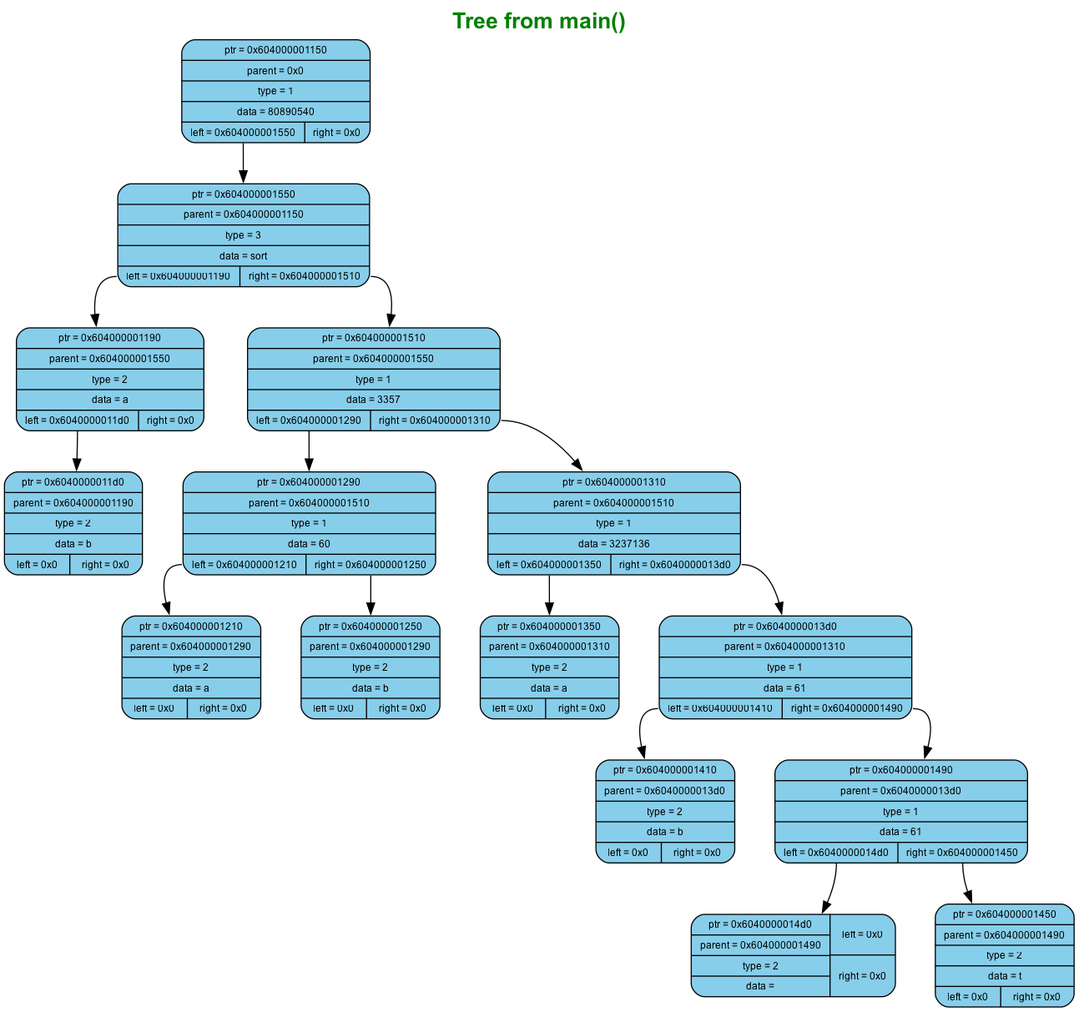
The Graphviz diagram reports/trees/tree0/tree.dot.png in murugov/WolframSigma, before a commit. Its source is kept beside it as reports/trees/tree0/tree.dot. The source it was exported from:
```dot
digraph G {
	label=<<B>Tree from main()</B>>;
	fontcolor="#008000";
	fontname="Arial";
	labelloc="top";
	labeljust="center";
	fontsize=20;
	rankdir=TB;
	center=true;
	nodesep=0.5;
	ranksep=0.5;
	node[fontsize=9, shape=box, width=0.7, height=0.4, style="filled, rounded", fontname="Arial"];

	n0 [shape=record, label="{ptr = 0x604000001150 | parent = 0x0 | type = 1 | data = 80890540 | {<left> left = 0x604000001550 | <right> right = 0x0}}", fillcolor="#87CEEB", color="black"]
	n1 [shape=record, label="{ptr = 0x604000001550 | parent = 0x604000001150 | type = 3 | data = sort | {<left> left = 0x604000001190 | <right> right = 0x604000001510}}", fillcolor="#87CEEB", color="black"]
	n0:left -> n1
	n2 [shape=record, label="{ptr = 0x604000001190 | parent = 0x604000001550 | type = 2 | data = a | {<left> left = 0x6040000011d0 | <right> right = 0x0}}", fillcolor="#87CEEB", color="black"]
	n1:left -> n2
	n3 [shape=record, label="{ptr = 0x604000001510 | parent = 0x604000001550 | type = 1 | data = 3357 | {<left> left = 0x604000001290 | <right> right = 0x604000001310}}", fillcolor="#87CEEB", color="black"]
	n1:right -> n3
	n4 [shape=record, label="{ptr = 0x604000001290 | parent = 0x604000001510 | type = 1 | data = 60 | {<left> left = 0x604000001210 | <right> right = 0x604000001250}}", fillcolor="#87CEEB", color="black"]
	n3:left -> n4
	n5 [shape=record, label="{ptr = 0x604000001310 | parent = 0x604000001510 | type = 1 | data = 3237136 | {<left> left = 0x604000001350 | <right> right = 0x6040000013d0}}", fillcolor="#87CEEB", color="black"]
	n3:right -> n5
	n6 [shape=record, label="{ptr = 0x604000001350 | parent = 0x604000001310 | type = 2 | data = a | {<left> left = 0x0 | <right> right = 0x0}}", fillcolor="#87CEEB", color="black"]
	n5:left -> n6
	n7 [shape=record, label="{ptr = 0x6040000013d0 | parent = 0x604000001310 | type = 1 | data = 61 | {<left> left = 0x604000001410 | <right> right = 0x604000001490}}", fillcolor="#87CEEB", color="black"]
	n5:right -> n7
	n8 [shape=record, label="{ptr = 0x604000001410 | parent = 0x6040000013d0 | type = 2 | data = b | {<left> left = 0x0 | <right> right = 0x0}}", fillcolor="#87CEEB", color="black"]
	n7:left -> n8
	n9 [shape=record, label="{ptr = 0x604000001490 | parent = 0x6040000013d0 | type = 1 | data = 61 | {<left> left = 0x6040000014d0 | <right> right = 0x604000001450}}", fillcolor="#87CEEB", color="black"]
	n7:right -> n9
	n10 [shape=record, label="{ptr = 0x6040000014d0 | parent = 0x604000001490 | type = 2 | data = } | {<left> left = 0x0 | <right> right = 0x0}}", fillcolor="#87CEEB", color="black"]
	n9:left -> n10
	n11 [shape=record, label="{ptr = 0x604000001450 | parent = 0x604000001490 | type = 2 | data = t | {<left> left = 0x0 | <right> right = 0x0}}", fillcolor="#87CEEB", color="black"]
	n9:right -> n11
	n12 [shape=record, label="{ptr = 0x604000001210 | parent = 0x604000001290 | type = 2 | data = a | {<left> left = 0x0 | <right> right = 0x0}}", fillcolor="#87CEEB", color="black"]
	n4:left -> n12
	n13 [shape=record, label="{ptr = 0x604000001250 | parent = 0x604000001290 | type = 2 | data = b | {<left> left = 0x0 | <right> right = 0x0}}", fillcolor="#87CEEB", color="black"]
	n4:right -> n13
	n14 [shape=record, label="{ptr = 0x6040000011d0 | parent = 0x604000001190 | type = 2 | data = b | {<left> left = 0x0 | <right> right = 0x0}}", fillcolor="#87CEEB", color="black"]
	n2:left -> n14
}
```
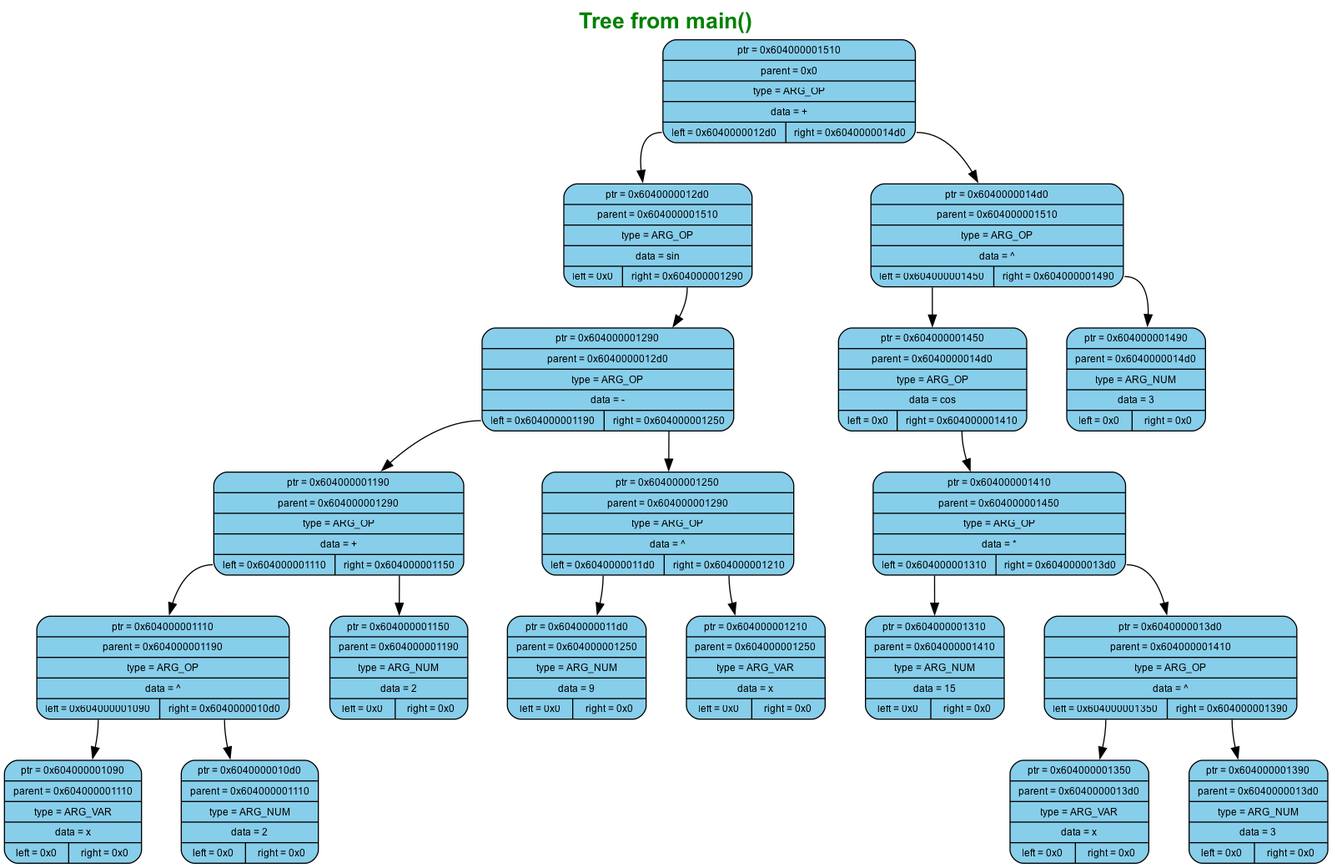
Later version of the same file.

Diff of the diagram source:
```diff
@@ -11,33 +11,41 @@
 	ranksep=0.5;
 	node[fontsize=9, shape=box, width=0.7, height=0.4, style="filled, rounded", fontname="Arial"];
 
-	n0 [shape=record, label="{ptr = 0x604000001150 | parent = 0x0 | type = 1 | data = 80890540 | {<left> left = 0x604000001550 | <right> right = 0x0}}", fillcolor="#87CEEB", color="black"]
-	n1 [shape=record, label="{ptr = 0x604000001550 | parent = 0x604000001150 | type = 3 | data = sort | {<left> left = 0x604000001190 | <right> right = 0x604000001510}}", fillcolor="#87CEEB", color="black"]
+	n0 [shape=record, label="{ptr = 0x604000001510 | parent = 0x0 | type = ARG_OP | data = + | {<left> left = 0x6040000012d0 | <right> right = 0x6040000014d0}}", fillcolor="#87CEEB", color="black"]
+	n1 [shape=record, label="{ptr = 0x6040000012d0 | parent = 0x604000001510 | type = ARG_OP | data = sin | {<left> left = 0x0 | <right> right = 0x604000001290}}", fillcolor="#87CEEB", color="black"]
 	n0:left -> n1
-	n2 [shape=record, label="{ptr = 0x604000001190 | parent = 0x604000001550 | type = 2 | data = a | {<left> left = 0x6040000011d0 | <right> right = 0x0}}", fillcolor="#87CEEB", color="black"]
-	n1:left -> n2
-	n3 [shape=record, label="{ptr = 0x604000001510 | parent = 0x604000001550 | type = 1 | data = 3357 | {<left> left = 0x604000001290 | <right> right = 0x604000001310}}", fillcolor="#87CEEB", color="black"]
-	n1:right -> n3
-	n4 [shape=record, label="{ptr = 0x604000001290 | parent = 0x604000001510 | type = 1 | data = 60 | {<left> left = 0x604000001210 | <right> right = 0x604000001250}}", fillcolor="#87CEEB", color="black"]
-	n3:left -> n4
-	n5 [shape=record, label="{ptr = 0x604000001310 | parent = 0x604000001510 | type = 1 | data = 3237136 | {<left> left = 0x604000001350 | <right> right = 0x6040000013d0}}", fillcolor="#87CEEB", color="black"]
+	n2 [shape=record, label="{ptr = 0x6040000014d0 | parent = 0x604000001510 | type = ARG_OP | data = ^ | {<left> left = 0x604000001450 | <right> right = 0x604000001490}}", fillcolor="#87CEEB", color="black"]
+	n0:right -> n2
+	n3 [shape=record, label="{ptr = 0x604000001450 | parent = 0x6040000014d0 | type = ARG_OP | data = cos | {<left> left = 0x0 | <right> right = 0x604000001410}}", fillcolor="#87CEEB", color="black"]
+	n2:left -> n3
+	n4 [shape=record, label="{ptr = 0x604000001490 | parent = 0x6040000014d0 | type = ARG_NUM | data = 3 | {<left> left = 0x0 | <right> right = 0x0}}", fillcolor="#87CEEB", color="black"]
+	n2:right -> n4
+	n5 [shape=record, label="{ptr = 0x604000001410 | parent = 0x604000001450 | type = ARG_OP | data = * | {<left> left = 0x604000001310 | <right> right = 0x6040000013d0}}", fillcolor="#87CEEB", color="black"]
 	n3:right -> n5
-	n6 [shape=record, label="{ptr = 0x604000001350 | parent = 0x604000001310 | type = 2 | data = a | {<left> left = 0x0 | <right> right = 0x0}}", fillcolor="#87CEEB", color="black"]
+	n6 [shape=record, label="{ptr = 0x604000001310 | parent = 0x604000001410 | type = ARG_NUM | data = 15 | {<left> left = 0x0 | <right> right = 0x0}}", fillcolor="#87CEEB", color="black"]
 	n5:left -> n6
-	n7 [shape=record, label="{ptr = 0x6040000013d0 | parent = 0x604000001310 | type = 1 | data = 61 | {<left> left = 0x604000001410 | <right> right = 0x604000001490}}", fillcolor="#87CEEB", color="black"]
+	n7 [shape=record, label="{ptr = 0x6040000013d0 | parent = 0x604000001410 | type = ARG_OP | data = ^ | {<left> left = 0x604000001350 | <right> right = 0x604000001390}}", fillcolor="#87CEEB", color="black"]
 	n5:right -> n7
-	n8 [shape=record, label="{ptr = 0x604000001410 | parent = 0x6040000013d0 | type = 2 | data = b | {<left> left = 0x0 | <right> right = 0x0}}", fillcolor="#87CEEB", color="black"]
+	n8 [shape=record, label="{ptr = 0x604000001350 | parent = 0x6040000013d0 | type = ARG_VAR | data = x | {<left> left = 0x0 | <right> right = 0x0}}", fillcolor="#87CEEB", color="black"]
 	n7:left -> n8
-	n9 [shape=record, label="{ptr = 0x604000001490 | parent = 0x6040000013d0 | type = 1 | data = 61 | {<left> left = 0x6040000014d0 | <right> right = 0x604000001450}}", fillcolor="#87CEEB", color="black"]
+	n9 [shape=record, label="{ptr = 0x604000001390 | parent = 0x6040000013d0 | type = ARG_NUM | data = 3 | {<left> left = 0x0 | <right> right = 0x0}}", fillcolor="#87CEEB", color="black"]
 	n7:right -> n9
-	n10 [shape=record, label="{ptr = 0x6040000014d0 | parent = 0x604000001490 | type = 2 | data = } | {<left> left = 0x0 | <right> right = 0x0}}", fillcolor="#87CEEB", color="black"]
-	n9:left -> n10
-	n11 [shape=record, label="{ptr = 0x604000001450 | parent = 0x604000001490 | type = 2 | data = t | {<left> left = 0x0 | <right> right = 0x0}}", fillcolor="#87CEEB", color="black"]
-	n9:right -> n11
-	n12 [shape=record, label="{ptr = 0x604000001210 | parent = 0x604000001290 | type = 2 | data = a | {<left> left = 0x0 | <right> right = 0x0}}", fillcolor="#87CEEB", color="black"]
-	n4:left -> n12
-	n13 [shape=record, label="{ptr = 0x604000001250 | parent = 0x604000001290 | type = 2 | data = b | {<left> left = 0x0 | <right> right = 0x0}}", fillcolor="#87CEEB", color="black"]
-	n4:right -> n13
-	n14 [shape=record, label="{ptr = 0x6040000011d0 | parent = 0x604000001190 | type = 2 | data = b | {<left> left = 0x0 | <right> right = 0x0}}", fillcolor="#87CEEB", color="black"]
-	n2:left -> n14
+	n10 [shape=record, label="{ptr = 0x604000001290 | parent = 0x6040000012d0 | type = ARG_OP | data = - | {<left> left = 0x604000001190 | <right> right = 0x604000001250}}", fillcolor="#87CEEB", color="black"]
+	n1:right -> n10
+	n11 [shape=record, label="{ptr = 0x604000001190 | parent = 0x604000001290 | type = ARG_OP | data = + | {<left> left = 0x604000001110 | <right> right = 0x604000001150}}", fillcolor="#87CEEB", color="black"]
+	n10:left -> n11
+	n12 [shape=record, label="{ptr = 0x604000001250 | parent = 0x604000001290 | type = ARG_OP | data = ^ | {<left> left = 0x6040000011d0 | <right> right = 0x604000001210}}", fillcolor="#87CEEB", color="black"]
+	n10:right -> n12
+	n13 [shape=record, label="{ptr = 0x6040000011d0 | parent = 0x604000001250 | type = ARG_NUM | data = 9 | {<left> left = 0x0 | <right> right = 0x0}}", fillcolor="#87CEEB", color="black"]
+	n12:left -> n13
+	n14 [shape=record, label="{ptr = 0x604000001210 | parent = 0x604000001250 | type = ARG_VAR | data = x | {<left> left = 0x0 | <right> right = 0x0}}", fillcolor="#87CEEB", color="black"]
+	n12:right -> n14
+	n15 [shape=record, label="{ptr = 0x604000001110 | parent = 0x604000001190 | type = ARG_OP | data = ^ | {<left> left = 0x604000001090 | <right> right = 0x6040000010d0}}", fillcolor="#87CEEB", color="black"]
+	n11:left -> n15
+	n16 [shape=record, label="{ptr = 0x604000001150 | parent = 0x604000001190 | type = ARG_NUM | data = 2 | {<left> left = 0x0 | <right> right = 0x0}}", fillcolor="#87CEEB", color="black"]
+	n11:right -> n16
+	n17 [shape=record, label="{ptr = 0x604000001090 | parent = 0x604000001110 | type = ARG_VAR | data = x | {<left> left = 0x0 | <right> right = 0x0}}", fillcolor="#87CEEB", color="black"]
+	n15:left -> n17
+	n18 [shape=record, label="{ptr = 0x6040000010d0 | parent = 0x604000001110 | type = ARG_NUM | data = 2 | {<left> left = 0x0 | <right> right = 0x0}}", fillcolor="#87CEEB", color="black"]
+	n15:right -> n18
 }
```
